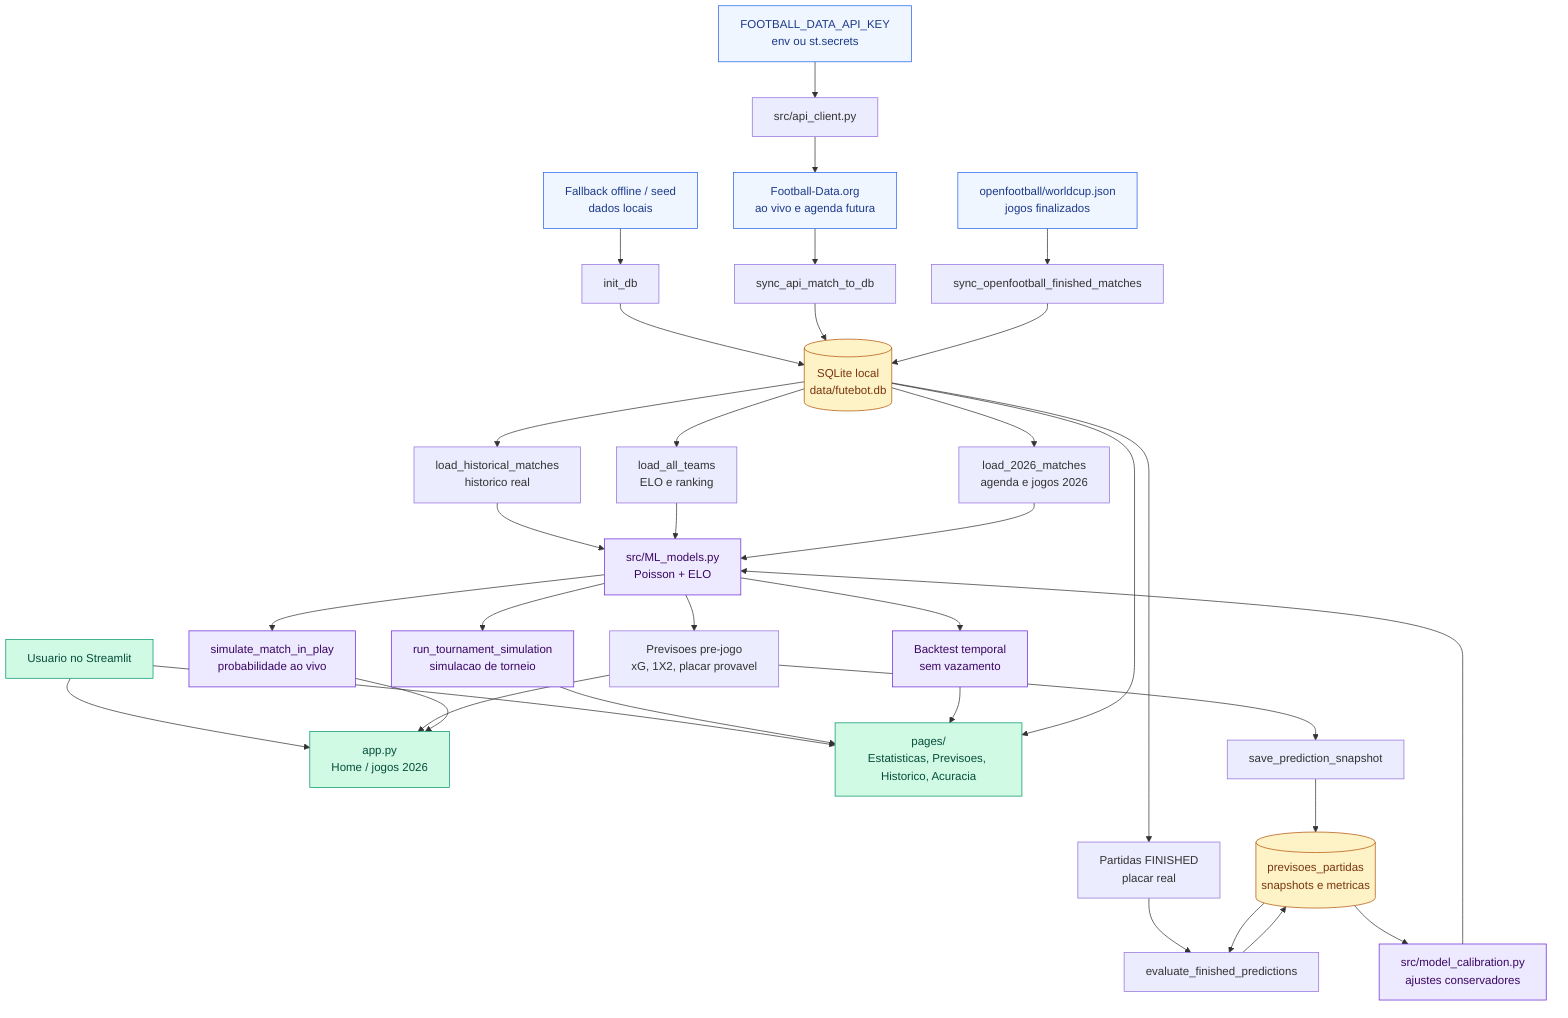
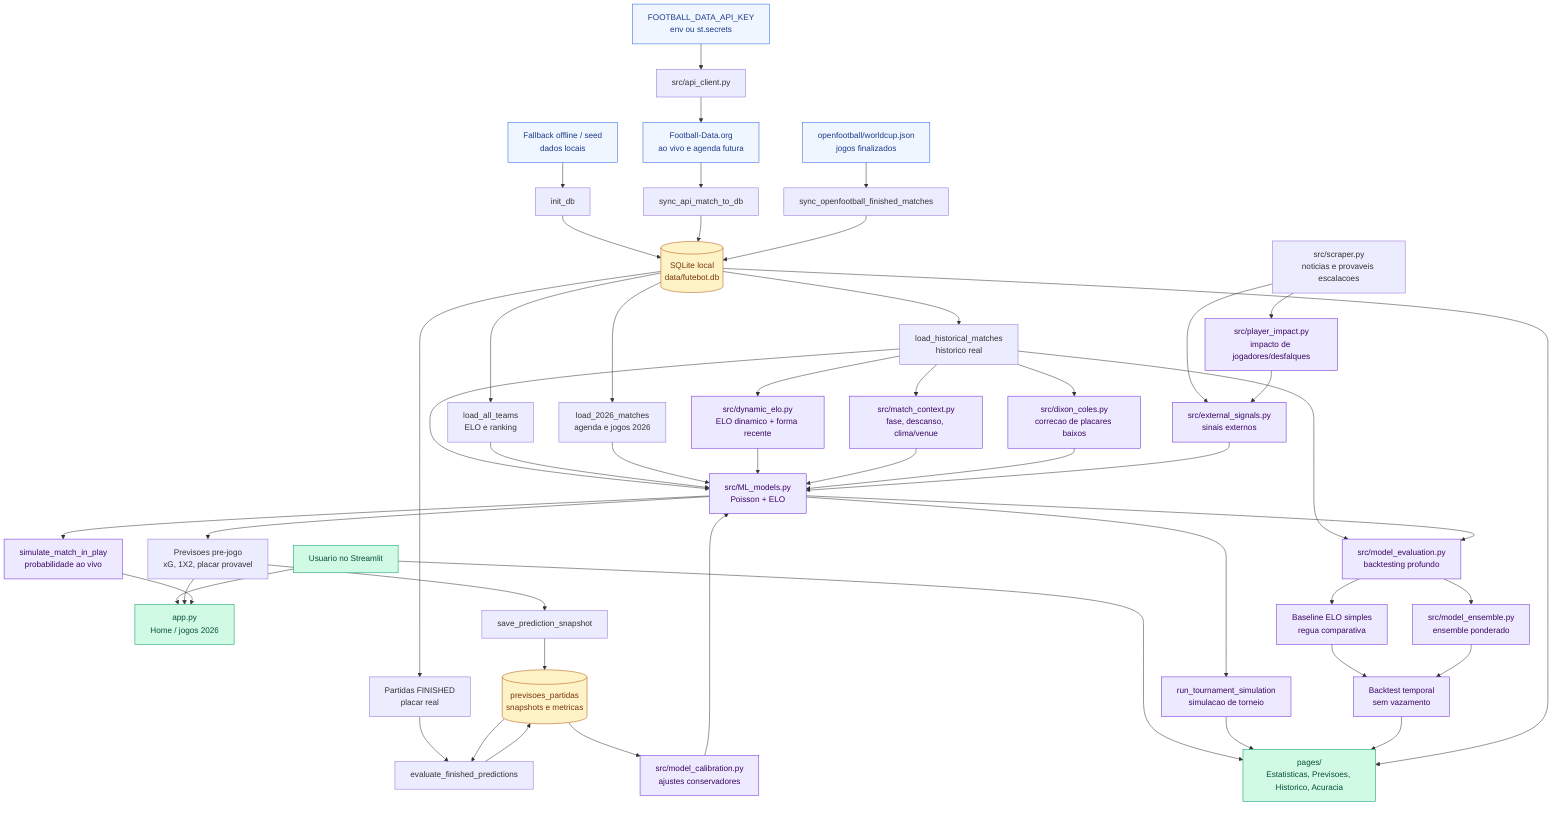
flowchart TD
    User["Usuario no Streamlit"] --> App["app.py<br/>Home / jogos 2026"]
    User --> Pages["pages/<br/>Estatisticas, Previsoes, Historico, Acuracia"]

    Secrets["FOOTBALL_DATA_API_KEY<br/>env ou st.secrets"] --> ApiClient["src/api_client.py"]
    ApiClient --> FootballData["Football-Data.org<br/>ao vivo e agenda futura"]
    FootballData --> ApiSync["sync_api_match_to_db"]

    OpenFootball["openfootball/worldcup.json<br/>jogos finalizados"] --> OpenSync["sync_openfootball_finished_matches"]

    Seed["Fallback offline / seed<br/>dados locais"] --> InitDb["init_db"]
    InitDb --> SQLite[("SQLite local<br/>data/futebot.db")]
    ApiSync --> SQLite
    OpenSync --> SQLite

    SQLite --> Matches["load_historical_matches<br/>historico real"]
    SQLite --> Matches2026["load_2026_matches<br/>agenda e jogos 2026"]
    SQLite --> Teams["load_all_teams<br/>ELO e ranking"]

+     Matches --> DynamicElo["src/dynamic_elo.py<br/>ELO dinamico + forma recente"]
+     Matches --> Context["src/match_context.py<br/>fase, descanso, clima/venue"]
+     Matches --> DixonColes["src/dixon_coles.py<br/>correcao de placares baixos"]
+     Matches --> ModelEval["src/model_evaluation.py<br/>backtesting profundo"]
    Matches --> Model["src/ML_models.py<br/>Poisson + ELO"]
    Teams --> Model
    Matches2026 --> Model
+     DynamicElo --> Model
+     Context --> Model
+     DixonColes --> Model
+ 
+     Scraper["src/scraper.py<br/>noticias e provaveis escalacoes"] --> ExternalSignals["src/external_signals.py<br/>sinais externos"]
+     Scraper --> PlayerImpact["src/player_impact.py<br/>impacto de jogadores/desfalques"]
+     ExternalSignals --> Model
+     PlayerImpact --> ExternalSignals

    Model --> Predictions["Previsoes pre-jogo<br/>xG, 1X2, placar provavel"]
    Predictions --> Snapshot["save_prediction_snapshot"]
    Snapshot --> PredictionTable[("previsoes_partidas<br/>snapshots e metricas")]

    SQLite --> Finished["Partidas FINISHED<br/>placar real"]
    Finished --> Eval["evaluate_finished_predictions"]
    PredictionTable --> Eval
    Eval --> PredictionTable

    PredictionTable --> Calibration["src/model_calibration.py<br/>ajustes conservadores"]
    Calibration --> Model

+     ModelEval --> Baseline["Baseline ELO simples<br/>regua comparativa"]
+     ModelEval --> Ensemble["src/model_ensemble.py<br/>ensemble ponderado"]
+     Baseline --> Accuracy["Backtest temporal<br/>sem vazamento"]
+     Ensemble --> Accuracy
+ 
    Model --> LiveModel["simulate_match_in_play<br/>probabilidade ao vivo"]
    Model --> Tournament["run_tournament_simulation<br/>simulacao de torneio"]
-     Model --> Accuracy["Backtest temporal<br/>sem vazamento"]
+     Model --> ModelEval

    Predictions --> App
    LiveModel --> App
    Tournament --> Pages
    Accuracy --> Pages
    SQLite --> Pages

    classDef source fill:#eff6ff,stroke:#2563eb,color:#1e3a8a;
    classDef db fill:#fef3c7,stroke:#b45309,color:#78350f;
    classDef model fill:#ede9fe,stroke:#6d28d9,color:#3b0764;
    classDef ui fill:#d1fae5,stroke:#059669,color:#064e3b;

    class FootballData,OpenFootball,Seed,Secrets source;
    class SQLite,PredictionTable db;
-     class Model,Calibration,LiveModel,Tournament,Accuracy model;
+     class Model,Calibration,LiveModel,Tournament,Accuracy,DynamicElo,Context,DixonColes,ModelEval,Ensemble,Baseline,ExternalSignals,PlayerImpact model;
    class User,App,Pages ui;
